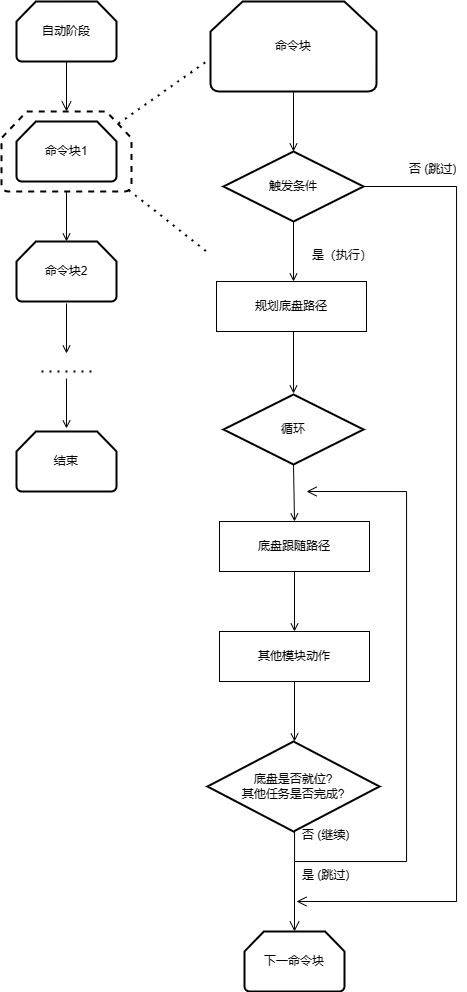
Earlier version of the draw.io export docs/media/automaticStaDecSys.flowchart.png (CCSC-Robotics-club/FTCRobotCode-2024). Source tidied: cells renumbered, new cells last; positions are measured from the earlier drawing's top-left corner, leaving out a move shared by most shapes.
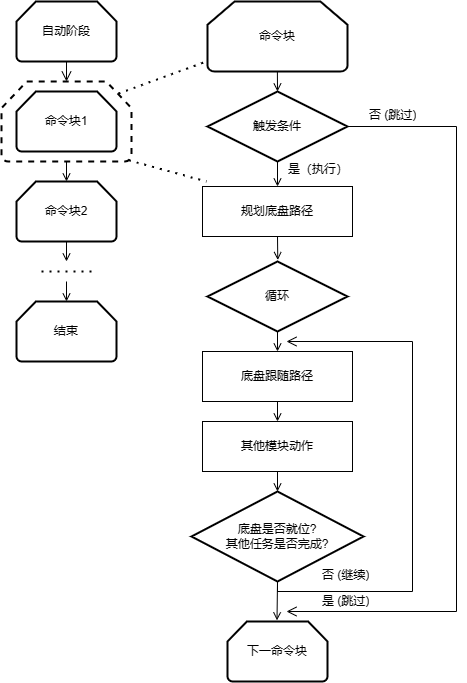
Above is the later version.

Commit message:
remake flowchart and and reedited auto codestrcuture part

Change to the diagram source:
```diff
@@ -5,48 +5,47 @@
     <mxCell id="2" style="rounded=0;html=1;jettySize=auto;orthogonalLoop=1;fontSize=11;endArrow=open;endFill=0;endSize=8;strokeWidth=1;shadow=0;labelBackgroundColor=none;edgeStyle=orthogonalEdgeStyle;" parent="1" edge="1">
       <mxGeometry relative="1" as="geometry">
         <mxPoint x="65" y="60" as="sourcePoint" />
-        <mxPoint x="65" y="110" as="targetPoint" />
+        <mxPoint x="65" y="80" as="targetPoint" />
       </mxGeometry>
     </mxCell>
     <mxCell id="3" value="自动阶段" style="strokeWidth=2;html=1;shape=mxgraph.flowchart.loop_limit;whiteSpace=wrap;" parent="1" vertex="1">
       <mxGeometry x="15" width="100" height="60" as="geometry" />
     </mxCell>
     <mxCell id="4" value="命令块1" style="strokeWidth=2;html=1;shape=mxgraph.flowchart.loop_limit;whiteSpace=wrap;" parent="1" vertex="1">
-      <mxGeometry x="15" y="120" width="100" height="60" as="geometry" />
+      <mxGeometry x="15" y="90" width="100" height="60" as="geometry" />
     </mxCell>
     <mxCell id="5" style="strokeWidth=2;html=1;shape=mxgraph.flowchart.loop_limit;whiteSpace=wrap;dashed=1;gradientColor=none;fillColor=none;" parent="1" vertex="1">
-      <mxGeometry y="110" width="130" height="80" as="geometry" />
+      <mxGeometry y="80" width="130" height="80" as="geometry" />
     </mxCell>
     <mxCell id="6" style="endArrow=open;html=1;rounded=0;exitX=0.5;exitY=1;exitDx=0;exitDy=0;exitPerimeter=0;endFill=0;" parent="1" edge="1" source="5">
       <mxGeometry relative="1" as="geometry">
-        <mxPoint x="65" y="240" as="targetPoint" />
+        <mxPoint x="65" y="180" as="targetPoint" />
       </mxGeometry>
     </mxCell>
     <mxCell id="7" value="命令块2" style="strokeWidth=2;html=1;shape=mxgraph.flowchart.loop_limit;whiteSpace=wrap;" parent="1" vertex="1">
-      <mxGeometry x="15" y="240" width="100" height="60" as="geometry" />
+      <mxGeometry x="15" y="180" width="100" height="60" as="geometry" />
     </mxCell>
-    <mxCell id="8" style="endArrow=open;html=1;rounded=0;exitX=0.5;exitY=1;exitDx=0;exitDy=0;exitPerimeter=0;endFill=0;" parent="1" edge="1">
+    <mxCell id="8" style="endArrow=open;html=1;rounded=0;exitX=0.5;exitY=1;exitDx=0;exitDy=0;exitPerimeter=0;endFill=0;" parent="1" edge="1" source="7">
       <mxGeometry relative="1" as="geometry">
-        <mxPoint x="65" y="302" as="sourcePoint" />
-        <mxPoint x="65" y="352" as="targetPoint" />
+        <mxPoint x="65" y="260" as="targetPoint" />
       </mxGeometry>
     </mxCell>
     <mxCell id="9" style="endArrow=none;dashed=1;html=1;dashPattern=1 3;strokeWidth=2;rounded=0;" parent="1" edge="1">
       <mxGeometry relative="1" as="geometry">
-        <mxPoint x="40" y="370" as="sourcePoint" />
-        <mxPoint x="90" y="370" as="targetPoint" />
+        <mxPoint x="40" y="270" as="sourcePoint" />
+        <mxPoint x="90" y="270" as="targetPoint" />
         <Array as="points">
-          <mxPoint x="70" y="370" />
+          <mxPoint x="70" y="270" />
         </Array>
       </mxGeometry>
     </mxCell>
     <mxCell id="10" value="结束" style="strokeWidth=2;html=1;shape=mxgraph.flowchart.loop_limit;whiteSpace=wrap;" parent="1" vertex="1">
-      <mxGeometry x="15" y="430" width="100" height="60" as="geometry" />
+      <mxGeometry x="15" y="300" width="100" height="60" as="geometry" />
     </mxCell>
-    <mxCell id="11" style="endArrow=open;html=1;rounded=0;exitX=0.5;exitY=1;exitDx=0;exitDy=0;exitPerimeter=0;endFill=0;" parent="1" edge="1">
+    <mxCell id="11" style="endArrow=open;html=1;rounded=0;endFill=0;" parent="1" edge="1">
       <mxGeometry relative="1" as="geometry">
-        <mxPoint x="65" y="377" as="sourcePoint" />
-        <mxPoint x="65" y="427" as="targetPoint" />
+        <mxPoint x="65" y="280" as="sourcePoint" />
+        <mxPoint x="65" y="300" as="targetPoint" />
       </mxGeometry>
     </mxCell>
     <mxCell id="12" style="endArrow=none;dashed=1;html=1;dashPattern=1 3;strokeWidth=2;rounded=0;exitX=0.9;exitY=0.15;exitDx=0;exitDy=0;exitPerimeter=0;" parent="1" edge="1" source="5">
@@ -55,102 +54,87 @@
       </mxGeometry>
     </mxCell>
     <mxCell id="13" value="命令块" style="strokeWidth=2;html=1;shape=mxgraph.flowchart.loop_limit;whiteSpace=wrap;" parent="1" vertex="1">
-      <mxGeometry x="209" width="166" height="90" as="geometry" />
+      <mxGeometry x="206" width="140" height="70" as="geometry" />
     </mxCell>
     <mxCell id="14" value="触发条件" style="strokeWidth=2;html=1;shape=mxgraph.flowchart.decision;whiteSpace=wrap;" parent="1" vertex="1">
-      <mxGeometry x="222" y="150" width="140" height="70" as="geometry" />
+      <mxGeometry x="206" y="90" width="140" height="70" as="geometry" />
     </mxCell>
-    <mxCell id="15" style="endArrow=open;html=1;rounded=0;exitX=0.5;exitY=1;exitDx=0;exitDy=0;exitPerimeter=0;endFill=0;" parent="1" edge="1" source="13">
+    <mxCell id="15" style="endArrow=open;html=1;rounded=0;exitX=0.5;exitY=1;exitDx=0;exitDy=0;exitPerimeter=0;endFill=0;entryX=0.5;entryY=0;entryDx=0;entryDy=0;entryPerimeter=0;" parent="1" edge="1" target="14">
       <mxGeometry relative="1" as="geometry">
-        <mxPoint x="292" y="150" as="targetPoint" />
+        <mxPoint x="275.9" y="70" as="sourcePoint" />
       </mxGeometry>
     </mxCell>
-    <mxCell id="16" style="endArrow=open;html=1;rounded=0;exitX=0.5;exitY=1;exitDx=0;exitDy=0;exitPerimeter=0;endFill=0;" parent="1" edge="1">
-      <mxGeometry relative="1" as="geometry">
-        <mxPoint x="292" y="220" as="sourcePoint" />
-        <mxPoint x="292" y="280" as="targetPoint" />
-      </mxGeometry>
+    <mxCell id="16" style="endArrow=open;html=1;rounded=0;exitX=0.5;exitY=1;exitDx=0;exitDy=0;exitPerimeter=0;endFill=0;entryX=0.5;entryY=0;entryDx=0;entryDy=0;" parent="1" edge="1" source="14" target="18">
+      <mxGeometry relative="1" as="geometry" />
     </mxCell>
     <mxCell id="17" value="是（执行）" style="text;strokeColor=none;fillColor=none;align=left;verticalAlign=top;spacingLeft=4;spacingRight=4;overflow=hidden;whiteSpace=wrap;html=1;" parent="1" vertex="1">
-      <mxGeometry x="305" y="240" width="70" height="26" as="geometry" />
+      <mxGeometry x="281" y="154" width="70" height="26" as="geometry" />
     </mxCell>
     <mxCell id="18" value="规划底盘路径" style="rounded=0;whiteSpace=wrap;html=1;" parent="1" vertex="1">
-      <mxGeometry x="215" y="280" width="150" height="50" as="geometry" />
+      <mxGeometry x="201" y="185" width="150" height="50" as="geometry" />
     </mxCell>
-    <mxCell id="19" style="endArrow=open;html=1;rounded=0;endFill=0;exitX=0.5;exitY=1;exitDx=0;exitDy=0;" parent="1" edge="1">
-      <mxGeometry relative="1" as="geometry">
-        <mxPoint x="292" y="330" as="sourcePoint" />
-        <mxPoint x="292" y="392" as="targetPoint" />
-      </mxGeometry>
+    <mxCell id="19" style="endArrow=open;html=1;rounded=0;endFill=0;exitX=0.5;exitY=1;exitDx=0;exitDy=0;entryX=0.502;entryY=-0.021;entryDx=0;entryDy=0;entryPerimeter=0;" parent="1" edge="1" source="18" target="20">
+      <mxGeometry relative="1" as="geometry" />
     </mxCell>
     <mxCell id="20" value="循环" style="strokeWidth=2;html=1;shape=mxgraph.flowchart.decision;whiteSpace=wrap;" parent="1" vertex="1">
-      <mxGeometry x="222" y="393" width="140" height="70" as="geometry" />
+      <mxGeometry x="206" y="260" width="140" height="70" as="geometry" />
     </mxCell>
-    <mxCell id="21" style="endArrow=open;html=1;rounded=0;endFill=0;exitX=0.5;exitY=1;exitDx=0;exitDy=0;exitPerimeter=0;" parent="1" edge="1" source="20">
-      <mxGeometry relative="1" as="geometry">
-        <mxPoint x="293" y="520" as="targetPoint" />
-      </mxGeometry>
+    <mxCell id="21" style="endArrow=open;html=1;rounded=0;endFill=0;exitX=0.5;exitY=1;exitDx=0;exitDy=0;exitPerimeter=0;entryX=0.5;entryY=0;entryDx=0;entryDy=0;" parent="1" edge="1" source="20" target="22">
+      <mxGeometry relative="1" as="geometry" />
     </mxCell>
     <mxCell id="22" value="底盘跟随路径" style="rounded=0;whiteSpace=wrap;html=1;" parent="1" vertex="1">
-      <mxGeometry x="218" y="520" width="150" height="50" as="geometry" />
+      <mxGeometry x="201" y="350" width="150" height="50" as="geometry" />
     </mxCell>
-    <mxCell id="23" style="endArrow=open;html=1;rounded=0;endFill=0;exitX=0.5;exitY=1;exitDx=0;exitDy=0;" parent="1" edge="1" source="22">
-      <mxGeometry relative="1" as="geometry">
-        <mxPoint x="293" y="630" as="targetPoint" />
-      </mxGeometry>
+    <mxCell id="23" style="endArrow=open;html=1;rounded=0;endFill=0;exitX=0.5;exitY=1;exitDx=0;exitDy=0;entryX=0.5;entryY=0;entryDx=0;entryDy=0;" parent="1" edge="1" source="22" target="24">
+      <mxGeometry relative="1" as="geometry" />
     </mxCell>
     <mxCell id="24" value="其他模块动作" style="rounded=0;whiteSpace=wrap;html=1;" parent="1" vertex="1">
-      <mxGeometry x="218" y="630" width="150" height="50" as="geometry" />
+      <mxGeometry x="201" y="420" width="150" height="50" as="geometry" />
     </mxCell>
-    <mxCell id="25" style="endArrow=open;html=1;rounded=0;endFill=0;exitX=0.5;exitY=1;exitDx=0;exitDy=0;" parent="1" edge="1" source="24">
-      <mxGeometry relative="1" as="geometry">
-        <mxPoint x="293" y="740" as="targetPoint" />
-      </mxGeometry>
+    <mxCell id="25" style="endArrow=open;html=1;rounded=0;endFill=0;exitX=0.5;exitY=1;exitDx=0;exitDy=0;entryX=0.5;entryY=0;entryDx=0;entryDy=0;entryPerimeter=0;" parent="1" edge="1" source="24" target="26">
+      <mxGeometry relative="1" as="geometry" />
     </mxCell>
     <mxCell id="26" value="底盘是否就位?&lt;div&gt;其他任务是否完成?&lt;/div&gt;" style="strokeWidth=2;html=1;shape=mxgraph.flowchart.decision;whiteSpace=wrap;" parent="1" vertex="1">
-      <mxGeometry x="206" y="740" width="172" height="90" as="geometry" />
+      <mxGeometry x="190" y="490" width="172" height="90" as="geometry" />
     </mxCell>
-    <mxCell id="27" style="edgeStyle=segmentEdgeStyle;endArrow=open;html=1;curved=0;rounded=0;endSize=8;startSize=8;endFill=0;exitX=0.5;exitY=1;exitDx=0;exitDy=0;exitPerimeter=0;" parent="1" edge="1" source="26">
+    <mxCell id="27" style="edgeStyle=segmentEdgeStyle;endArrow=open;html=1;curved=0;rounded=0;endSize=8;startSize=8;endFill=0;exitX=0.5;exitY=1.01;exitDx=0;exitDy=0;exitPerimeter=0;" parent="1" edge="1" source="26">
       <mxGeometry relative="1" as="geometry">
-        <mxPoint x="305" y="490" as="targetPoint" />
+        <mxPoint x="285" y="340" as="targetPoint" />
         <Array as="points">
-          <mxPoint x="293" y="860" />
-          <mxPoint x="405" y="860" />
-          <mxPoint x="405" y="490" />
+          <mxPoint x="276" y="590" />
+          <mxPoint x="411" y="590" />
+          <mxPoint x="411" y="340" />
         </Array>
       </mxGeometry>
     </mxCell>
     <mxCell id="28" value="否 (继续)" style="text;strokeColor=none;fillColor=none;align=left;verticalAlign=top;spacingLeft=4;spacingRight=4;overflow=hidden;whiteSpace=wrap;html=1;" parent="1" vertex="1">
-      <mxGeometry x="295" y="820" width="107" height="26" as="geometry" />
+      <mxGeometry x="315" y="560" width="107" height="26" as="geometry" />
     </mxCell>
     <mxCell id="29" value="是 (跳过)" style="text;strokeColor=none;fillColor=none;align=left;verticalAlign=top;spacingLeft=4;spacingRight=4;overflow=hidden;whiteSpace=wrap;html=1;" parent="1" vertex="1">
-      <mxGeometry x="295" y="860" width="60" height="26" as="geometry" />
+      <mxGeometry x="315" y="586" width="60" height="26" as="geometry" />
     </mxCell>
-    <mxCell id="30" style="edgeStyle=segmentEdgeStyle;endArrow=open;html=1;curved=0;rounded=0;endSize=8;startSize=8;endFill=0;" parent="1" edge="1">
-      <mxGeometry relative="1" as="geometry">
-        <mxPoint x="293" y="860" as="sourcePoint" />
-        <mxPoint x="293" y="930" as="targetPoint" />
-      </mxGeometry>
-    </mxCell>
     <mxCell id="31" value="下一命令块" style="strokeWidth=2;html=1;shape=mxgraph.flowchart.loop_limit;whiteSpace=wrap;" parent="1" vertex="1">
-      <mxGeometry x="243" y="930" width="100" height="60" as="geometry" />
+      <mxGeometry x="226" y="620" width="100" height="60" as="geometry" />
     </mxCell>
     <mxCell id="32" style="edgeStyle=segmentEdgeStyle;endArrow=open;html=1;curved=0;rounded=0;endSize=8;startSize=8;exitX=1;exitY=0.5;exitDx=0;exitDy=0;exitPerimeter=0;endFill=0;" parent="1" edge="1" source="14">
       <mxGeometry relative="1" as="geometry">
-        <mxPoint x="295" y="900" as="targetPoint" />
+        <mxPoint x="285" y="610" as="targetPoint" />
         <Array as="points">
-          <mxPoint x="455" y="185" />
-          <mxPoint x="455" y="900" />
+          <mxPoint x="455" y="125" />
+          <mxPoint x="455" y="610" />
         </Array>
       </mxGeometry>
     </mxCell>
     <mxCell id="33" value="否 (跳过)" style="text;strokeColor=none;fillColor=none;align=left;verticalAlign=top;spacingLeft=4;spacingRight=4;overflow=hidden;whiteSpace=wrap;html=1;" parent="1" vertex="1">
-      <mxGeometry x="402" y="154" width="60" height="26" as="geometry" />
+      <mxGeometry x="362" y="100" width="60" height="33" as="geometry" />
     </mxCell>
     <mxCell id="34" style="endArrow=none;dashed=1;html=1;dashPattern=1 3;strokeWidth=2;rounded=0;exitX=0.98;exitY=0.985;exitDx=0;exitDy=0;exitPerimeter=0;" parent="1" edge="1" source="5">
       <mxGeometry relative="1" as="geometry">
-        <mxPoint x="205" y="250" as="targetPoint" />
+        <mxPoint x="205" y="180" as="targetPoint" />
       </mxGeometry>
     </mxCell>
+    <mxCell id="35" style="endArrow=open;html=1;rounded=0;endFill=0;entryX=0.495;entryY=-0.019;entryDx=0;entryDy=0;entryPerimeter=0;exitX=0.5;exitY=1;exitDx=0;exitDy=0;exitPerimeter=0;" parent="1" edge="1" source="26" target="31">
+      <mxGeometry relative="1" as="geometry" />
+    </mxCell>
   </root>
 </mxGraphModel>
```
